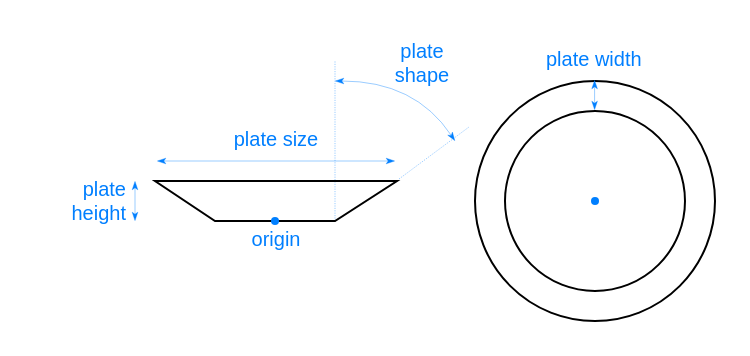
Before: docs/images/plate.drawio in boytchev/3d-assets, a draw.io diagram. Source tidied: cells renumbered, new cells numbered last; positions are measured from the earlier drawing's top-left corner, leaving out a move shared by most shapes. Both pictures are drawn from the tidied source at 200%, with x=0, y=0 at pixel (34, 34).
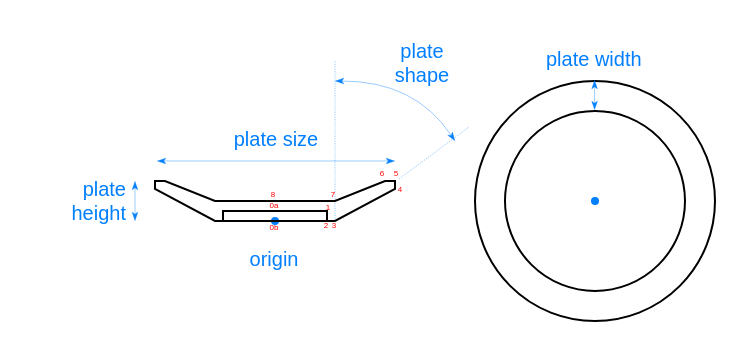
The same diagram, later.

Commit message (it also covers changes not shown here):
Plate generates UVs

What changed in the source:
```diff
@@
     <mxCell id="6" style="endArrow=none;html=1;rounded=0;" parent="1" edge="1">
       <mxGeometry relative="1" as="geometry">
-        <mxPoint x="120" y="73" as="sourcePoint" />
-        <mxPoint x="120" y="73" as="targetPoint" />
+        <mxPoint x="120" y="83" as="sourcePoint" />
+        <mxPoint x="120" y="83" as="targetPoint" />
         <Array as="points">
-          <mxPoint x="181" y="73" />
+          <mxPoint x="150" y="83" />
+          <mxPoint x="175" y="73" />
+          <mxPoint x="180" y="73" />
+          <mxPoint x="180" y="77" />
           <mxPoint x="150" y="93" />
+          <mxPoint x="146" y="93" />
+          <mxPoint x="146" y="88" />
+          <mxPoint x="94" y="88" />
+          <mxPoint x="94" y="93" />
           <mxPoint x="90" y="93" />
+          <mxPoint x="60" y="77" />
           <mxPoint x="60" y="73" />
+          <mxPoint x="65" y="73" />
+          <mxPoint x="90" y="83" />
         </Array>
       </mxGeometry>
     </mxCell>
@@
     <mxCell id="14" value="&lt;div style=&quot;&quot;&gt;&lt;span style=&quot;background-color: initial;&quot;&gt;origin&lt;/span&gt;&lt;/div&gt;" style="text;html=1;align=center;verticalAlign=middle;whiteSpace=wrap;rounded=0;fontSize=10;fontColor=#007FFF;spacingLeft=2;spacingTop=2;spacingBottom=2;spacingRight=2;" parent="1" vertex="1">
-      <mxGeometry x="91" y="93" width="60" height="18" as="geometry" />
+      <mxGeometry x="90" y="103" width="60" height="18" as="geometry" />
     </mxCell>
@@
+    <mxCell id="18" value="8" style="ellipse;rotation=0;fillColor=none;strokeColor=none;strokeWidth=0.1;fontSize=4;spacing=0;spacingBottom=0;fontColor=#FF0000;" parent="1" vertex="1">
+      <mxGeometry x="117" y="78" width="5" height="5" as="geometry" />
+    </mxCell>
+    <mxCell id="19" value="7" style="ellipse;rotation=0;fillColor=none;strokeColor=none;strokeWidth=0.1;fontSize=4;spacing=0;spacingBottom=0;fontColor=#FF0000;" parent="1" vertex="1">
+      <mxGeometry x="147" y="78" width="5" height="5" as="geometry" />
+    </mxCell>
+    <mxCell id="20" value="0b" style="ellipse;rotation=0;fillColor=none;strokeColor=none;strokeWidth=0.1;fontSize=4;spacing=0;spacingBottom=0;fontColor=#FF0000;" parent="1" vertex="1">
+      <mxGeometry x="117" y="94" width="6" height="6" as="geometry" />
+    </mxCell>
+    <mxCell id="21" style="endArrow=none;html=1;rounded=0;" parent="1" edge="1">
+      <mxGeometry relative="1" as="geometry">
+        <mxPoint x="94" y="93" as="sourcePoint" />
+        <mxPoint x="146" y="93" as="targetPoint" />
+      </mxGeometry>
+    </mxCell>
+    <mxCell id="22" value="0a" style="ellipse;rotation=0;fillColor=none;strokeColor=none;strokeWidth=0.1;fontSize=4;spacing=0;spacingBottom=0;fontColor=#FF0000;" parent="1" vertex="1">
+      <mxGeometry x="117" y="83" width="6" height="6" as="geometry" />
+    </mxCell>
+    <mxCell id="23" value="1" style="ellipse;rotation=0;fillColor=none;strokeColor=none;strokeWidth=0.1;fontSize=4;spacing=0;spacingBottom=0;fontColor=#FF0000;" parent="1" vertex="1">
+      <mxGeometry x="144" y="84" width="6" height="6" as="geometry" />
+    </mxCell>
+    <mxCell id="24" value="2" style="ellipse;rotation=0;fillColor=none;strokeColor=none;strokeWidth=0.1;fontSize=4;spacing=0;spacingBottom=0;fontColor=#FF0000;" parent="1" vertex="1">
+      <mxGeometry x="143" y="93" width="6" height="6" as="geometry" />
+    </mxCell>
+    <mxCell id="25" value="3" style="ellipse;rotation=0;fillColor=none;strokeColor=none;strokeWidth=0.1;fontSize=4;spacing=0;spacingBottom=0;fontColor=#FF0000;" parent="1" vertex="1">
+      <mxGeometry x="147" y="93" width="6" height="6" as="geometry" />
+    </mxCell>
+    <mxCell id="26" value="4" style="ellipse;rotation=0;fillColor=none;strokeColor=none;strokeWidth=0.1;fontSize=4;spacing=0;spacingBottom=0;fontColor=#FF0000;" parent="1" vertex="1">
+      <mxGeometry x="180" y="75" width="6" height="6" as="geometry" />
+    </mxCell>
+    <mxCell id="27" value="5" style="ellipse;rotation=0;fillColor=none;strokeColor=none;strokeWidth=0.1;fontSize=4;spacing=0;spacingBottom=0;fontColor=#FF0000;" parent="1" vertex="1">
+      <mxGeometry x="178" y="67" width="6" height="6" as="geometry" />
+    </mxCell>
+    <mxCell id="28" value="6" style="ellipse;rotation=0;fillColor=none;strokeColor=none;strokeWidth=0.1;fontSize=4;spacing=0;spacingBottom=0;fontColor=#FF0000;" parent="1" vertex="1">
+      <mxGeometry x="171" y="67" width="6" height="6" as="geometry" />
+    </mxCell>
```
